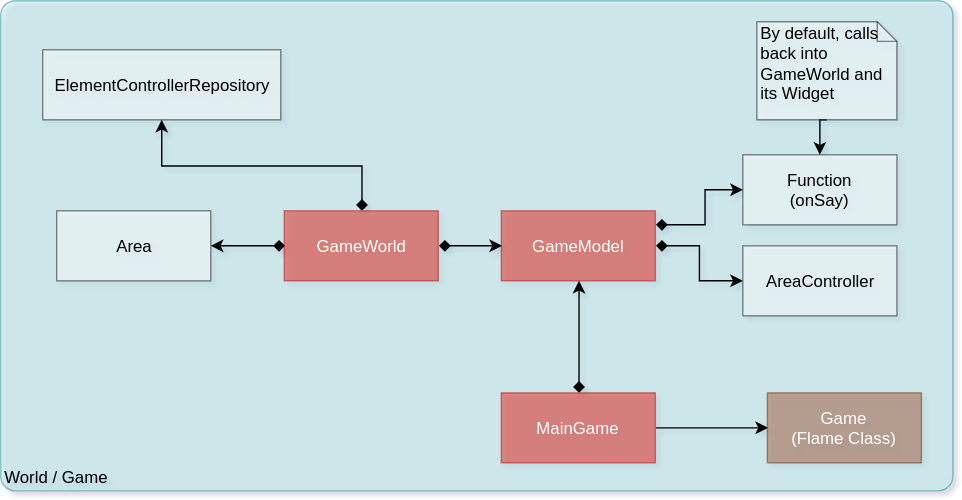
Earlier version of the draw.io export doc/KGRESS-Code - Game and World.svg (kevinvandenbreemen/kgress). Source tidied: cells renumbered, new cells last; positions are measured from the earlier drawing's top-left corner, leaving out a move shared by most shapes. Source of this version:
```xml
<mxGraphModel>
  <root>
    <mxCell id="0" />
    <mxCell id="1" parent="0" />
    <object id="2" label="&lt;div style=&quot;text-align: left&quot;&gt;World / Game&lt;/div&gt;" c4Application="applicationAndVersion" c4Name="name" c4Type="ExecutionEnvironment" placeholders="1">
      <mxCell style="rounded=1;whiteSpace=wrap;html=1;labelBackgroundColor=none;fillColor=#b0e3e6;align=left;arcSize=3;strokeColor=#0e8088;verticalAlign=bottom;opacity=45;" parent="1" vertex="1">
        <mxGeometry width="680" height="350" as="geometry" />
      </mxCell>
    </object>
    <mxCell id="3" style="edgeStyle=orthogonalEdgeStyle;rounded=0;jettySize=auto;html=1;exitX=1;exitY=0.5;exitDx=0;exitDy=0;entryX=0;entryY=0.5;entryDx=0;entryDy=0;startArrow=diamond;startFill=1;" parent="1" edge="1" source="5" target="6">
      <mxGeometry relative="1" as="geometry" />
    </mxCell>
    <mxCell id="4" style="edgeStyle=orthogonalEdgeStyle;rounded=0;jettySize=auto;html=1;entryX=0;entryY=0.5;entryDx=0;entryDy=0;startArrow=diamond;startFill=1;" parent="1" edge="1" target="7">
      <mxGeometry relative="1" as="geometry">
        <mxPoint x="468" y="160" as="sourcePoint" />
        <Array as="points">
          <mxPoint x="503" y="160" />
          <mxPoint x="503" y="135" />
        </Array>
      </mxGeometry>
    </mxCell>
    <mxCell id="5" value="GameModel" style="html=1;opacity=45;fillColor=#e51400;strokeColor=#B20000;fontColor=#ffffff;" parent="1" vertex="1">
      <mxGeometry x="357.5" y="150" width="110" height="50" as="geometry" />
    </mxCell>
    <mxCell id="6" value="AreaController" style="html=1;opacity=45;" parent="1" vertex="1">
      <mxGeometry x="530" y="175" width="110" height="50" as="geometry" />
    </mxCell>
    <mxCell id="7" value="Function&lt;br&gt;(onSay)&lt;br&gt;" style="html=1;opacity=45;" parent="1" vertex="1">
      <mxGeometry x="530" y="110" width="110" height="50" as="geometry" />
    </mxCell>
    <mxCell id="8" style="edgeStyle=orthogonalEdgeStyle;rounded=0;jettySize=auto;html=1;exitX=1;exitY=0.5;exitDx=0;exitDy=0;entryX=0;entryY=0.5;entryDx=0;entryDy=0;" parent="1" edge="1" source="10" target="11">
      <mxGeometry relative="1" as="geometry" />
    </mxCell>
    <mxCell id="9" style="edgeStyle=orthogonalEdgeStyle;rounded=0;jettySize=auto;html=1;exitX=0.5;exitY=0;exitDx=0;exitDy=0;entryX=0.5;entryY=1;entryDx=0;entryDy=0;startArrow=diamond;startFill=1;" parent="1" edge="1" source="10" target="5">
      <mxGeometry relative="1" as="geometry" />
    </mxCell>
    <mxCell id="10" value="MainGame" style="html=1;opacity=45;fillColor=#e51400;strokeColor=#B20000;fontColor=#ffffff;" parent="1" vertex="1">
      <mxGeometry x="357.5" y="280" width="110" height="50" as="geometry" />
    </mxCell>
    <mxCell id="11" value="Game&lt;br&gt;(Flame Class)&lt;br&gt;" style="html=1;opacity=45;fillColor=#a0522d;strokeColor=#6D1F00;fontColor=#ffffff;" parent="1" vertex="1">
      <mxGeometry x="547.5" y="280" width="110" height="50" as="geometry" />
    </mxCell>
    <mxCell id="12" style="edgeStyle=orthogonalEdgeStyle;rounded=0;jettySize=auto;html=1;exitX=1;exitY=0.5;exitDx=0;exitDy=0;entryX=0;entryY=0.5;entryDx=0;entryDy=0;startArrow=diamond;startFill=1;" parent="1" edge="1" source="15" target="5">
      <mxGeometry relative="1" as="geometry" />
    </mxCell>
    <mxCell id="13" style="edgeStyle=orthogonalEdgeStyle;rounded=0;jettySize=auto;html=1;exitX=0.5;exitY=0;exitDx=0;exitDy=0;entryX=0.5;entryY=1;entryDx=0;entryDy=0;startArrow=diamond;startFill=1;" parent="1" edge="1" source="15" target="16">
      <mxGeometry relative="1" as="geometry" />
    </mxCell>
    <mxCell id="14" style="edgeStyle=orthogonalEdgeStyle;rounded=0;jettySize=auto;html=1;exitX=0;exitY=0.5;exitDx=0;exitDy=0;entryX=1;entryY=0.5;entryDx=0;entryDy=0;startArrow=diamond;startFill=1;" parent="1" edge="1" source="15" target="17">
      <mxGeometry relative="1" as="geometry" />
    </mxCell>
    <mxCell id="15" value="GameWorld" style="html=1;opacity=45;fillColor=#e51400;strokeColor=#B20000;fontColor=#ffffff;" parent="1" vertex="1">
      <mxGeometry x="202.5" y="150" width="110" height="50" as="geometry" />
    </mxCell>
    <mxCell id="16" value="ElementControllerRepository" style="html=1;opacity=45;" parent="1" vertex="1">
      <mxGeometry x="30" y="35" width="170" height="50" as="geometry" />
    </mxCell>
    <mxCell id="17" value="Area" style="html=1;opacity=45;" parent="1" vertex="1">
      <mxGeometry x="40" y="150" width="110" height="50" as="geometry" />
    </mxCell>
    <mxCell id="18" style="edgeStyle=orthogonalEdgeStyle;rounded=0;jettySize=auto;html=1;exitX=0.5;exitY=1;exitDx=0;exitDy=0;exitPerimeter=0;entryX=0.5;entryY=0;entryDx=0;entryDy=0;startArrow=none;startFill=0;" parent="1" edge="1" source="19" target="7">
      <mxGeometry relative="1" as="geometry" />
    </mxCell>
    <mxCell id="19" value="By default, calls back into GameWorld and its Widget" style="shape=note;whiteSpace=wrap;html=1;size=14;verticalAlign=top;align=left;spacingTop=-6;opacity=45;" parent="1" vertex="1">
      <mxGeometry x="540" y="15" width="100" height="70" as="geometry" />
    </mxCell>
  </root>
</mxGraphModel>
```
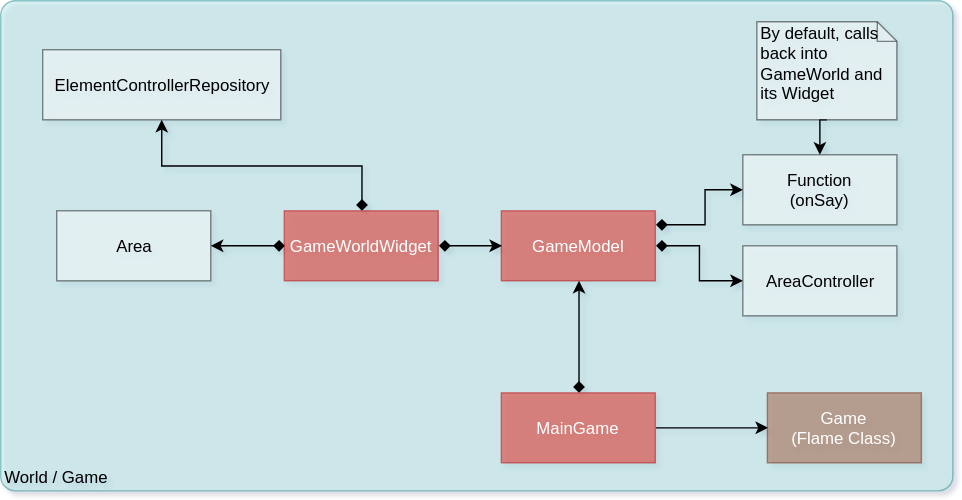
The same diagram one commit later.

Diff of the diagram source:
```diff
@@ -49,7 +49,7 @@
     <mxCell id="14" style="edgeStyle=orthogonalEdgeStyle;rounded=0;jettySize=auto;html=1;exitX=0;exitY=0.5;exitDx=0;exitDy=0;entryX=1;entryY=0.5;entryDx=0;entryDy=0;startArrow=diamond;startFill=1;" parent="1" edge="1" source="15" target="17">
       <mxGeometry relative="1" as="geometry" />
     </mxCell>
-    <mxCell id="15" value="GameWorld" style="html=1;opacity=45;fillColor=#e51400;strokeColor=#B20000;fontColor=#ffffff;" parent="1" vertex="1">
+    <mxCell id="15" value="GameWorldWidget" style="html=1;opacity=45;fillColor=#e51400;strokeColor=#B20000;fontColor=#ffffff;" parent="1" vertex="1">
       <mxGeometry x="202.5" y="150" width="110" height="50" as="geometry" />
     </mxCell>
     <mxCell id="16" value="ElementControllerRepository" style="html=1;opacity=45;" parent="1" vertex="1">
```
